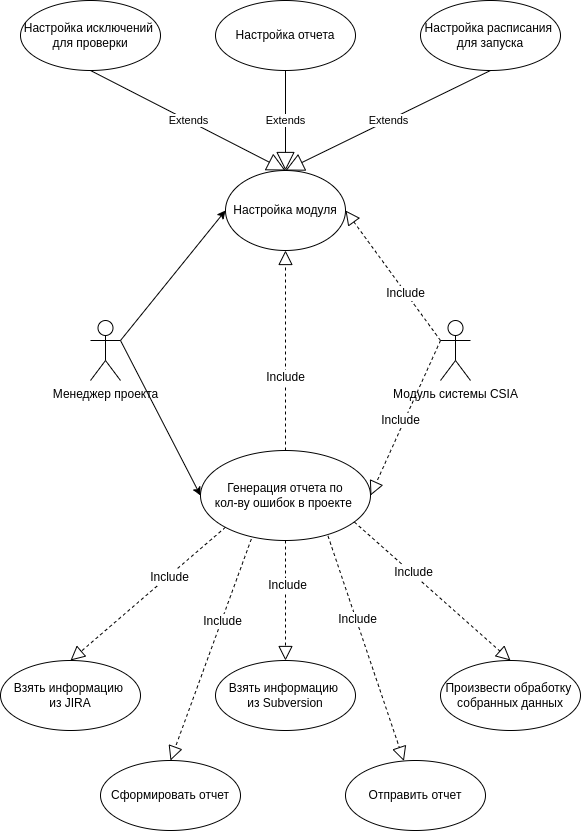
The draw.io diagram 7 семестр/Проектирование ПО/lab3/UseCase.png in Rokfessor/Std, before a commit. Source tidied: cells renumbered, new cells last; positions are measured from the earlier drawing's top-left corner, leaving out a move shared by most shapes.
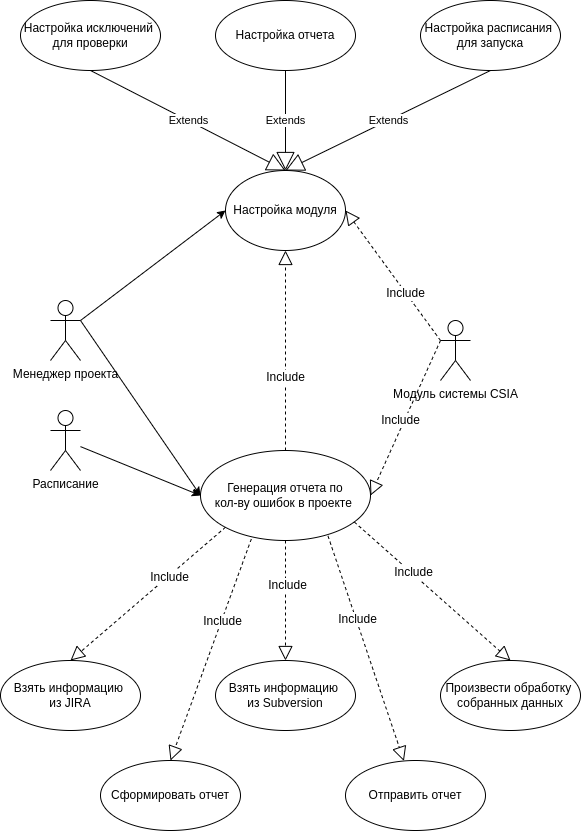
The same file after the commit.

Change to the diagram source:
```diff
@@ -3,7 +3,7 @@
     <mxCell id="0" />
     <mxCell id="1" parent="0" />
     <mxCell id="2" value="Менеджер проекта" style="shape=umlActor;verticalLabelPosition=bottom;verticalAlign=top;html=1;outlineConnect=0;" parent="1" vertex="1">
-      <mxGeometry x="90" y="320" width="30" height="60" as="geometry" />
+      <mxGeometry x="50" y="300" width="30" height="60" as="geometry" />
     </mxCell>
     <mxCell id="3" value="Генерация отчета по&lt;br&gt;кол-ву ошибок в проекте&amp;nbsp;" style="ellipse;whiteSpace=wrap;html=1;" parent="1" vertex="1">
       <mxGeometry x="200" y="450" width="170" height="90" as="geometry" />
@@ -103,5 +103,11 @@
         <mxPoint x="-15" y="22" as="offset" />
       </mxGeometry>
     </mxCell>
+    <mxCell id="35" value="Расписание" style="shape=umlActor;verticalLabelPosition=bottom;verticalAlign=top;html=1;outlineConnect=0;" parent="1" vertex="1">
+      <mxGeometry x="50" y="410" width="30" height="60" as="geometry" />
+    </mxCell>
+    <mxCell id="36" style="endArrow=classic;html=1;rounded=0;entryX=0;entryY=0.5;entryDx=0;entryDy=0;" parent="1" edge="1" source="35" target="3">
+      <mxGeometry relative="1" as="geometry" />
+    </mxCell>
   </root>
 </mxGraphModel>
```
